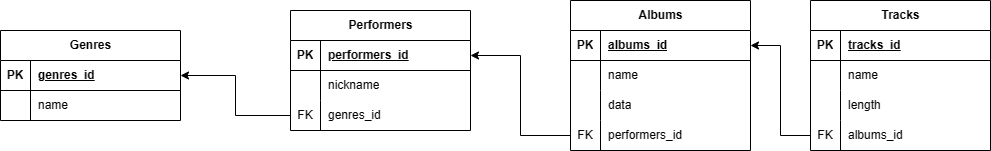
Earlier version of the draw.io export Diagramm.drawio.png (SEREGA4332/DZ). Source tidied: cells renumbered, new cells last; positions are measured from the earlier drawing's top-left corner, leaving out a move shared by most shapes.
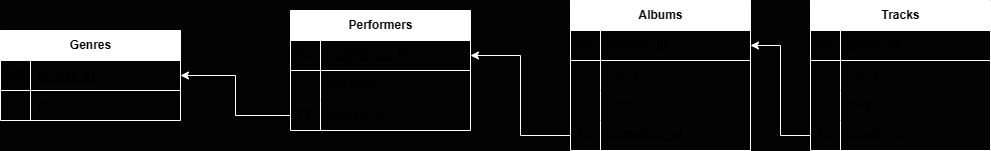
Above is the later version.

What changed in the source:
```diff
@@ -1,143 +1,143 @@
-<mxGraphModel>
+<mxGraphModel background="#030303">
   <root>
     <mxCell id="0" />
     <mxCell id="1" parent="0" />
-    <mxCell id="2" value="Genres" style="shape=table;startSize=30;rowLines=0;fontStyle=1;align=center;html=1;" parent="1" vertex="1">
+    <mxCell id="2" value="Genres" style="shape=table;startSize=30;rowLines=0;fontStyle=1;align=center;html=1;strokeColor=#FFFFFF;" parent="1" vertex="1">
       <mxGeometry y="30" width="180" height="90" as="geometry" />
     </mxCell>
-    <mxCell id="3" style="shape=tableRow;horizontal=0;startSize=0;swimlaneHead=0;swimlaneBody=0;fillColor=none;points=[[0,0.5],[1,0.5]];portConstraint=eastwest;top=0;left=0;right=0;bottom=1;" parent="2" vertex="1">
+    <mxCell id="3" style="shape=tableRow;horizontal=0;startSize=0;swimlaneHead=0;swimlaneBody=0;fillColor=none;points=[[0,0.5],[1,0.5]];portConstraint=eastwest;top=0;left=0;right=0;bottom=1;strokeColor=#FFFFFF;" parent="2" vertex="1">
       <mxGeometry y="30" width="180" height="30" as="geometry" />
     </mxCell>
-    <mxCell id="4" value="PK" style="shape=partialRectangle;fillColor=none;top=0;left=0;bottom=0;right=0;fontStyle=1;overflow=hidden;whiteSpace=wrap;html=1;" parent="3" vertex="1">
+    <mxCell id="4" value="PK" style="shape=partialRectangle;fillColor=none;top=0;left=0;bottom=0;right=0;fontStyle=1;overflow=hidden;whiteSpace=wrap;html=1;strokeColor=#FFFFFF;" parent="3" vertex="1">
       <mxGeometry width="30" height="30" as="geometry" />
     </mxCell>
-    <mxCell id="5" value="genres_id" style="shape=partialRectangle;fillColor=none;top=0;left=0;bottom=0;right=0;align=left;spacingLeft=6;fontStyle=5;overflow=hidden;whiteSpace=wrap;html=1;" parent="3" vertex="1">
+    <mxCell id="5" value="genres_id" style="shape=partialRectangle;fillColor=none;top=0;left=0;bottom=0;right=0;align=left;spacingLeft=6;fontStyle=5;overflow=hidden;whiteSpace=wrap;html=1;strokeColor=#FFFFFF;" parent="3" vertex="1">
       <mxGeometry x="30" width="150" height="30" as="geometry" />
     </mxCell>
-    <mxCell id="6" style="shape=tableRow;horizontal=0;startSize=0;swimlaneHead=0;swimlaneBody=0;fillColor=none;top=0;left=0;right=0;bottom=0;" parent="2" vertex="1">
+    <mxCell id="6" style="shape=tableRow;horizontal=0;startSize=0;swimlaneHead=0;swimlaneBody=0;fillColor=none;top=0;left=0;right=0;bottom=0;strokeColor=#FFFFFF;" parent="2" vertex="1">
       <mxGeometry y="60" width="180" height="30" as="geometry" />
     </mxCell>
-    <mxCell id="7" style="shape=partialRectangle;fillColor=none;top=0;left=0;bottom=0;right=0;overflow=hidden;whiteSpace=wrap;html=1;" parent="6" vertex="1">
+    <mxCell id="7" style="shape=partialRectangle;fillColor=none;top=0;left=0;bottom=0;right=0;overflow=hidden;whiteSpace=wrap;html=1;strokeColor=#FFFFFF;" parent="6" vertex="1">
       <mxGeometry width="30" height="30" as="geometry" />
     </mxCell>
-    <mxCell id="8" value="name" style="shape=partialRectangle;fillColor=none;top=0;left=0;bottom=0;right=0;align=left;spacingLeft=6;overflow=hidden;whiteSpace=wrap;html=1;" parent="6" vertex="1">
+    <mxCell id="8" value="name" style="shape=partialRectangle;fillColor=none;top=0;left=0;bottom=0;right=0;align=left;spacingLeft=6;overflow=hidden;whiteSpace=wrap;html=1;strokeColor=#FFFFFF;" parent="6" vertex="1">
       <mxGeometry x="30" width="150" height="30" as="geometry" />
     </mxCell>
-    <mxCell id="9" value="Performers" style="shape=table;startSize=30;rowLines=0;fontStyle=1;align=center;html=1;" parent="1" vertex="1">
+    <mxCell id="9" value="Performers" style="shape=table;startSize=30;rowLines=0;fontStyle=1;align=center;html=1;strokeColor=#FFFFFF;" parent="1" vertex="1">
       <mxGeometry x="290" y="10" width="180" height="120" as="geometry" />
     </mxCell>
-    <mxCell id="10" style="shape=tableRow;horizontal=0;startSize=0;swimlaneHead=0;swimlaneBody=0;fillColor=none;points=[[0,0.5],[1,0.5]];portConstraint=eastwest;top=0;left=0;right=0;bottom=1;" parent="9" vertex="1">
+    <mxCell id="10" style="shape=tableRow;horizontal=0;startSize=0;swimlaneHead=0;swimlaneBody=0;fillColor=none;points=[[0,0.5],[1,0.5]];portConstraint=eastwest;top=0;left=0;right=0;bottom=1;strokeColor=#FFFFFF;" parent="9" vertex="1">
       <mxGeometry y="30" width="180" height="30" as="geometry" />
     </mxCell>
-    <mxCell id="11" value="PK" style="shape=partialRectangle;fillColor=none;top=0;left=0;bottom=0;right=0;fontStyle=1;overflow=hidden;whiteSpace=wrap;html=1;" parent="10" vertex="1">
+    <mxCell id="11" value="PK" style="shape=partialRectangle;fillColor=none;top=0;left=0;bottom=0;right=0;fontStyle=1;overflow=hidden;whiteSpace=wrap;html=1;strokeColor=#FFFFFF;" parent="10" vertex="1">
       <mxGeometry width="30" height="30" as="geometry" />
     </mxCell>
-    <mxCell id="12" value="performers_id" style="shape=partialRectangle;fillColor=none;top=0;left=0;bottom=0;right=0;align=left;spacingLeft=6;fontStyle=5;overflow=hidden;whiteSpace=wrap;html=1;" parent="10" vertex="1">
+    <mxCell id="12" value="performers_id" style="shape=partialRectangle;fillColor=none;top=0;left=0;bottom=0;right=0;align=left;spacingLeft=6;fontStyle=5;overflow=hidden;whiteSpace=wrap;html=1;strokeColor=#FFFFFF;" parent="10" vertex="1">
       <mxGeometry x="30" width="150" height="30" as="geometry" />
     </mxCell>
-    <mxCell id="13" style="shape=tableRow;horizontal=0;startSize=0;swimlaneHead=0;swimlaneBody=0;fillColor=none;top=0;left=0;right=0;bottom=0;" parent="9" vertex="1">
+    <mxCell id="13" style="shape=tableRow;horizontal=0;startSize=0;swimlaneHead=0;swimlaneBody=0;fillColor=none;top=0;left=0;right=0;bottom=0;strokeColor=#FFFFFF;" parent="9" vertex="1">
       <mxGeometry y="60" width="180" height="30" as="geometry" />
     </mxCell>
-    <mxCell id="14" style="shape=partialRectangle;fillColor=none;top=0;left=0;bottom=0;right=0;overflow=hidden;whiteSpace=wrap;html=1;" parent="13" vertex="1">
+    <mxCell id="14" style="shape=partialRectangle;fillColor=none;top=0;left=0;bottom=0;right=0;overflow=hidden;whiteSpace=wrap;html=1;strokeColor=#FFFFFF;" parent="13" vertex="1">
       <mxGeometry width="30" height="30" as="geometry" />
     </mxCell>
-    <mxCell id="15" value="nickname" style="shape=partialRectangle;fillColor=none;top=0;left=0;bottom=0;right=0;align=left;spacingLeft=6;overflow=hidden;whiteSpace=wrap;html=1;" parent="13" vertex="1">
+    <mxCell id="15" value="nickname" style="shape=partialRectangle;fillColor=none;top=0;left=0;bottom=0;right=0;align=left;spacingLeft=6;overflow=hidden;whiteSpace=wrap;html=1;strokeColor=#FFFFFF;" parent="13" vertex="1">
       <mxGeometry x="30" width="150" height="30" as="geometry" />
     </mxCell>
-    <mxCell id="16" style="shape=tableRow;horizontal=0;startSize=0;swimlaneHead=0;swimlaneBody=0;fillColor=none;points=[[0,0.5],[1,0.5]];portConstraint=eastwest;top=0;left=0;right=0;bottom=0;" parent="9" vertex="1">
+    <mxCell id="16" style="shape=tableRow;horizontal=0;startSize=0;swimlaneHead=0;swimlaneBody=0;fillColor=none;points=[[0,0.5],[1,0.5]];portConstraint=eastwest;top=0;left=0;right=0;bottom=0;strokeColor=#FFFFFF;" parent="9" vertex="1">
       <mxGeometry y="90" width="180" height="30" as="geometry" />
     </mxCell>
-    <mxCell id="17" value="FK" style="shape=partialRectangle;fillColor=none;top=0;left=0;bottom=0;right=0;overflow=hidden;whiteSpace=wrap;html=1;" parent="16" vertex="1">
+    <mxCell id="17" value="FK" style="shape=partialRectangle;fillColor=none;top=0;left=0;bottom=0;right=0;overflow=hidden;whiteSpace=wrap;html=1;strokeColor=#FFFFFF;" parent="16" vertex="1">
       <mxGeometry width="30" height="30" as="geometry" />
     </mxCell>
-    <mxCell id="18" value="genres_id" style="shape=partialRectangle;fillColor=none;top=0;left=0;bottom=0;right=0;align=left;spacingLeft=6;overflow=hidden;whiteSpace=wrap;html=1;" parent="16" vertex="1">
+    <mxCell id="18" value="genres_id" style="shape=partialRectangle;fillColor=none;top=0;left=0;bottom=0;right=0;align=left;spacingLeft=6;overflow=hidden;whiteSpace=wrap;html=1;strokeColor=#FFFFFF;" parent="16" vertex="1">
       <mxGeometry x="30" width="150" height="30" as="geometry" />
     </mxCell>
-    <mxCell id="19" style="edgeStyle=orthogonalEdgeStyle;rounded=0;jettySize=auto;html=1;exitX=0;exitY=0.5;exitDx=0;exitDy=0;" parent="1" edge="1" source="16" target="3">
+    <mxCell id="19" style="edgeStyle=orthogonalEdgeStyle;rounded=0;jettySize=auto;html=1;exitX=0;exitY=0.5;exitDx=0;exitDy=0;strokeColor=#FFFFFF;" parent="1" edge="1" source="16" target="3">
       <mxGeometry relative="1" as="geometry" />
     </mxCell>
-    <mxCell id="20" value="Albums" style="shape=table;startSize=30;rowLines=0;fontStyle=1;align=center;html=1;" parent="1" vertex="1">
+    <mxCell id="20" value="Albums" style="shape=table;startSize=30;rowLines=0;fontStyle=1;align=center;html=1;strokeColor=#FFFFFF;" parent="1" vertex="1">
       <mxGeometry x="570" width="180" height="150" as="geometry" />
     </mxCell>
-    <mxCell id="21" style="shape=tableRow;horizontal=0;startSize=0;swimlaneHead=0;swimlaneBody=0;fillColor=none;points=[[0,0.5],[1,0.5]];portConstraint=eastwest;top=0;left=0;right=0;bottom=1;" parent="20" vertex="1">
+    <mxCell id="21" style="shape=tableRow;horizontal=0;startSize=0;swimlaneHead=0;swimlaneBody=0;fillColor=none;points=[[0,0.5],[1,0.5]];portConstraint=eastwest;top=0;left=0;right=0;bottom=1;strokeColor=#FFFFFF;" parent="20" vertex="1">
       <mxGeometry y="30" width="180" height="30" as="geometry" />
     </mxCell>
-    <mxCell id="22" value="PK" style="shape=partialRectangle;fillColor=none;top=0;left=0;bottom=0;right=0;fontStyle=1;overflow=hidden;whiteSpace=wrap;html=1;" parent="21" vertex="1">
+    <mxCell id="22" value="PK" style="shape=partialRectangle;fillColor=none;top=0;left=0;bottom=0;right=0;fontStyle=1;overflow=hidden;whiteSpace=wrap;html=1;strokeColor=#FFFFFF;" parent="21" vertex="1">
       <mxGeometry width="30" height="30" as="geometry" />
     </mxCell>
-    <mxCell id="23" value="albums_id" style="shape=partialRectangle;fillColor=none;top=0;left=0;bottom=0;right=0;align=left;spacingLeft=6;fontStyle=5;overflow=hidden;whiteSpace=wrap;html=1;" parent="21" vertex="1">
+    <mxCell id="23" value="albums_id" style="shape=partialRectangle;fillColor=none;top=0;left=0;bottom=0;right=0;align=left;spacingLeft=6;fontStyle=5;overflow=hidden;whiteSpace=wrap;html=1;strokeColor=#FFFFFF;" parent="21" vertex="1">
       <mxGeometry x="30" width="150" height="30" as="geometry" />
     </mxCell>
-    <mxCell id="24" style="shape=tableRow;horizontal=0;startSize=0;swimlaneHead=0;swimlaneBody=0;fillColor=none;top=0;left=0;right=0;bottom=0;" parent="20" vertex="1">
+    <mxCell id="24" style="shape=tableRow;horizontal=0;startSize=0;swimlaneHead=0;swimlaneBody=0;fillColor=none;top=0;left=0;right=0;bottom=0;strokeColor=#FFFFFF;" parent="20" vertex="1">
       <mxGeometry y="60" width="180" height="30" as="geometry" />
     </mxCell>
-    <mxCell id="25" style="shape=partialRectangle;fillColor=none;top=0;left=0;bottom=0;right=0;overflow=hidden;whiteSpace=wrap;html=1;" parent="24" vertex="1">
+    <mxCell id="25" style="shape=partialRectangle;fillColor=none;top=0;left=0;bottom=0;right=0;overflow=hidden;whiteSpace=wrap;html=1;strokeColor=#FFFFFF;" parent="24" vertex="1">
       <mxGeometry width="30" height="30" as="geometry" />
     </mxCell>
-    <mxCell id="26" value="name" style="shape=partialRectangle;fillColor=none;top=0;left=0;bottom=0;right=0;align=left;spacingLeft=6;overflow=hidden;whiteSpace=wrap;html=1;" parent="24" vertex="1">
+    <mxCell id="26" value="name" style="shape=partialRectangle;fillColor=none;top=0;left=0;bottom=0;right=0;align=left;spacingLeft=6;overflow=hidden;whiteSpace=wrap;html=1;strokeColor=#FFFFFF;" parent="24" vertex="1">
       <mxGeometry x="30" width="150" height="30" as="geometry" />
     </mxCell>
-    <mxCell id="27" style="shape=tableRow;horizontal=0;startSize=0;swimlaneHead=0;swimlaneBody=0;fillColor=none;top=0;left=0;right=0;bottom=0;" parent="20" vertex="1">
+    <mxCell id="27" style="shape=tableRow;horizontal=0;startSize=0;swimlaneHead=0;swimlaneBody=0;fillColor=none;top=0;left=0;right=0;bottom=0;strokeColor=#FFFFFF;" parent="20" vertex="1">
       <mxGeometry y="90" width="180" height="30" as="geometry" />
     </mxCell>
-    <mxCell id="28" style="shape=partialRectangle;fillColor=none;top=0;left=0;bottom=0;right=0;overflow=hidden;whiteSpace=wrap;html=1;" parent="27" vertex="1">
+    <mxCell id="28" style="shape=partialRectangle;fillColor=none;top=0;left=0;bottom=0;right=0;overflow=hidden;whiteSpace=wrap;html=1;strokeColor=#FFFFFF;" parent="27" vertex="1">
       <mxGeometry width="30" height="30" as="geometry" />
     </mxCell>
-    <mxCell id="29" value="data" style="shape=partialRectangle;fillColor=none;top=0;left=0;bottom=0;right=0;align=left;spacingLeft=6;overflow=hidden;whiteSpace=wrap;html=1;" parent="27" vertex="1">
+    <mxCell id="29" value="data" style="shape=partialRectangle;fillColor=none;top=0;left=0;bottom=0;right=0;align=left;spacingLeft=6;overflow=hidden;whiteSpace=wrap;html=1;strokeColor=#FFFFFF;" parent="27" vertex="1">
       <mxGeometry x="30" width="150" height="30" as="geometry" />
     </mxCell>
-    <mxCell id="30" style="shape=tableRow;horizontal=0;startSize=0;swimlaneHead=0;swimlaneBody=0;fillColor=none;points=[[0,0.5],[1,0.5]];portConstraint=eastwest;top=0;left=0;right=0;bottom=0;" parent="20" vertex="1">
+    <mxCell id="30" style="shape=tableRow;horizontal=0;startSize=0;swimlaneHead=0;swimlaneBody=0;fillColor=none;points=[[0,0.5],[1,0.5]];portConstraint=eastwest;top=0;left=0;right=0;bottom=0;strokeColor=#FFFFFF;" parent="20" vertex="1">
       <mxGeometry y="120" width="180" height="30" as="geometry" />
     </mxCell>
-    <mxCell id="31" value="FK" style="shape=partialRectangle;fillColor=none;top=0;left=0;bottom=0;right=0;overflow=hidden;whiteSpace=wrap;html=1;" parent="30" vertex="1">
+    <mxCell id="31" value="FK" style="shape=partialRectangle;fillColor=none;top=0;left=0;bottom=0;right=0;overflow=hidden;whiteSpace=wrap;html=1;strokeColor=#FFFFFF;" parent="30" vertex="1">
       <mxGeometry width="30" height="30" as="geometry" />
     </mxCell>
-    <mxCell id="32" value="performers_id" style="shape=partialRectangle;fillColor=none;top=0;left=0;bottom=0;right=0;align=left;spacingLeft=6;overflow=hidden;whiteSpace=wrap;html=1;" parent="30" vertex="1">
+    <mxCell id="32" value="performers_id" style="shape=partialRectangle;fillColor=none;top=0;left=0;bottom=0;right=0;align=left;spacingLeft=6;overflow=hidden;whiteSpace=wrap;html=1;strokeColor=#FFFFFF;" parent="30" vertex="1">
       <mxGeometry x="30" width="150" height="30" as="geometry" />
     </mxCell>
-    <mxCell id="33" style="edgeStyle=orthogonalEdgeStyle;rounded=0;jettySize=auto;html=1;exitX=0;exitY=0.5;exitDx=0;exitDy=0;entryX=1;entryY=0.5;entryDx=0;entryDy=0;" parent="1" edge="1" source="30" target="10">
+    <mxCell id="33" style="edgeStyle=orthogonalEdgeStyle;rounded=0;jettySize=auto;html=1;exitX=0;exitY=0.5;exitDx=0;exitDy=0;entryX=1;entryY=0.5;entryDx=0;entryDy=0;strokeColor=#FFFFFF;" parent="1" edge="1" source="30" target="10">
       <mxGeometry relative="1" as="geometry" />
     </mxCell>
-    <mxCell id="34" value="Tracks" style="shape=table;startSize=30;rowLines=0;fontStyle=1;align=center;html=1;" parent="1" vertex="1">
+    <mxCell id="34" value="Tracks" style="shape=table;startSize=30;rowLines=0;fontStyle=1;align=center;html=1;strokeColor=#FFFFFF;" parent="1" vertex="1">
       <mxGeometry x="810" width="180" height="150" as="geometry" />
     </mxCell>
-    <mxCell id="35" style="shape=tableRow;horizontal=0;startSize=0;swimlaneHead=0;swimlaneBody=0;fillColor=none;top=0;left=0;right=0;bottom=1;" parent="34" vertex="1">
+    <mxCell id="35" style="shape=tableRow;horizontal=0;startSize=0;swimlaneHead=0;swimlaneBody=0;fillColor=none;top=0;left=0;right=0;bottom=1;strokeColor=#FFFFFF;" parent="34" vertex="1">
       <mxGeometry y="30" width="180" height="30" as="geometry" />
     </mxCell>
-    <mxCell id="36" value="PK" style="shape=partialRectangle;fillColor=none;top=0;left=0;bottom=0;right=0;fontStyle=1;overflow=hidden;whiteSpace=wrap;html=1;" parent="35" vertex="1">
+    <mxCell id="36" value="PK" style="shape=partialRectangle;fillColor=none;top=0;left=0;bottom=0;right=0;fontStyle=1;overflow=hidden;whiteSpace=wrap;html=1;strokeColor=#FFFFFF;" parent="35" vertex="1">
       <mxGeometry width="30" height="30" as="geometry" />
     </mxCell>
-    <mxCell id="37" value="tracks_id" style="shape=partialRectangle;fillColor=none;top=0;left=0;bottom=0;right=0;align=left;spacingLeft=6;fontStyle=5;overflow=hidden;whiteSpace=wrap;html=1;" parent="35" vertex="1">
+    <mxCell id="37" value="tracks_id" style="shape=partialRectangle;fillColor=none;top=0;left=0;bottom=0;right=0;align=left;spacingLeft=6;fontStyle=5;overflow=hidden;whiteSpace=wrap;html=1;strokeColor=#FFFFFF;" parent="35" vertex="1">
       <mxGeometry x="30" width="150" height="30" as="geometry" />
     </mxCell>
-    <mxCell id="38" style="shape=tableRow;horizontal=0;startSize=0;swimlaneHead=0;swimlaneBody=0;fillColor=none;top=0;left=0;right=0;bottom=0;" parent="34" vertex="1">
+    <mxCell id="38" style="shape=tableRow;horizontal=0;startSize=0;swimlaneHead=0;swimlaneBody=0;fillColor=none;top=0;left=0;right=0;bottom=0;strokeColor=#FFFFFF;" parent="34" vertex="1">
       <mxGeometry y="60" width="180" height="30" as="geometry" />
     </mxCell>
-    <mxCell id="39" style="shape=partialRectangle;fillColor=none;top=0;left=0;bottom=0;right=0;overflow=hidden;whiteSpace=wrap;html=1;" parent="38" vertex="1">
+    <mxCell id="39" style="shape=partialRectangle;fillColor=none;top=0;left=0;bottom=0;right=0;overflow=hidden;whiteSpace=wrap;html=1;strokeColor=#FFFFFF;" parent="38" vertex="1">
       <mxGeometry width="30" height="30" as="geometry" />
     </mxCell>
-    <mxCell id="40" value="name" style="shape=partialRectangle;fillColor=none;top=0;left=0;bottom=0;right=0;align=left;spacingLeft=6;overflow=hidden;whiteSpace=wrap;html=1;" parent="38" vertex="1">
+    <mxCell id="40" value="name" style="shape=partialRectangle;fillColor=none;top=0;left=0;bottom=0;right=0;align=left;spacingLeft=6;overflow=hidden;whiteSpace=wrap;html=1;strokeColor=#FFFFFF;" parent="38" vertex="1">
       <mxGeometry x="30" width="150" height="30" as="geometry" />
     </mxCell>
-    <mxCell id="41" style="shape=tableRow;horizontal=0;startSize=0;swimlaneHead=0;swimlaneBody=0;fillColor=none;top=0;left=0;right=0;bottom=0;" parent="34" vertex="1">
+    <mxCell id="41" style="shape=tableRow;horizontal=0;startSize=0;swimlaneHead=0;swimlaneBody=0;fillColor=none;top=0;left=0;right=0;bottom=0;strokeColor=#FFFFFF;" parent="34" vertex="1">
       <mxGeometry y="90" width="180" height="30" as="geometry" />
     </mxCell>
-    <mxCell id="42" style="shape=partialRectangle;fillColor=none;top=0;left=0;bottom=0;right=0;overflow=hidden;whiteSpace=wrap;html=1;" parent="41" vertex="1">
+    <mxCell id="42" style="shape=partialRectangle;fillColor=none;top=0;left=0;bottom=0;right=0;overflow=hidden;whiteSpace=wrap;html=1;strokeColor=#FFFFFF;" parent="41" vertex="1">
       <mxGeometry width="30" height="30" as="geometry" />
     </mxCell>
-    <mxCell id="43" value="length" style="shape=partialRectangle;fillColor=none;top=0;left=0;bottom=0;right=0;align=left;spacingLeft=6;overflow=hidden;whiteSpace=wrap;html=1;" parent="41" vertex="1">
+    <mxCell id="43" value="length" style="shape=partialRectangle;fillColor=none;top=0;left=0;bottom=0;right=0;align=left;spacingLeft=6;overflow=hidden;whiteSpace=wrap;html=1;strokeColor=#FFFFFF;" parent="41" vertex="1">
       <mxGeometry x="30" width="150" height="30" as="geometry" />
     </mxCell>
-    <mxCell id="44" style="shape=tableRow;horizontal=0;startSize=0;swimlaneHead=0;swimlaneBody=0;fillColor=none;points=[[0,0.5],[1,0.5]];portConstraint=eastwest;top=0;left=0;right=0;bottom=0;" parent="34" vertex="1">
+    <mxCell id="44" style="shape=tableRow;horizontal=0;startSize=0;swimlaneHead=0;swimlaneBody=0;fillColor=none;points=[[0,0.5],[1,0.5]];portConstraint=eastwest;top=0;left=0;right=0;bottom=0;strokeColor=#FFFFFF;" parent="34" vertex="1">
       <mxGeometry y="120" width="180" height="30" as="geometry" />
     </mxCell>
-    <mxCell id="45" value="FK" style="shape=partialRectangle;fillColor=none;top=0;left=0;bottom=0;right=0;overflow=hidden;whiteSpace=wrap;html=1;" parent="44" vertex="1">
+    <mxCell id="45" value="FK" style="shape=partialRectangle;fillColor=none;top=0;left=0;bottom=0;right=0;overflow=hidden;whiteSpace=wrap;html=1;strokeColor=#FFFFFF;" parent="44" vertex="1">
       <mxGeometry width="30" height="30" as="geometry" />
     </mxCell>
-    <mxCell id="46" value="albums_id" style="shape=partialRectangle;fillColor=none;top=0;left=0;bottom=0;right=0;align=left;spacingLeft=6;overflow=hidden;whiteSpace=wrap;html=1;" parent="44" vertex="1">
+    <mxCell id="46" value="albums_id" style="shape=partialRectangle;fillColor=none;top=0;left=0;bottom=0;right=0;align=left;spacingLeft=6;overflow=hidden;whiteSpace=wrap;html=1;strokeColor=#FFFFFF;" parent="44" vertex="1">
       <mxGeometry x="30" width="150" height="30" as="geometry" />
     </mxCell>
-    <mxCell id="47" style="edgeStyle=orthogonalEdgeStyle;rounded=0;jettySize=auto;html=1;exitX=0;exitY=0.5;exitDx=0;exitDy=0;entryX=1;entryY=0.5;entryDx=0;entryDy=0;" parent="1" edge="1" source="44" target="21">
+    <mxCell id="47" style="edgeStyle=orthogonalEdgeStyle;rounded=0;jettySize=auto;html=1;exitX=0;exitY=0.5;exitDx=0;exitDy=0;entryX=1;entryY=0.5;entryDx=0;entryDy=0;strokeColor=#FFFFFF;" parent="1" edge="1" source="44" target="21">
       <mxGeometry relative="1" as="geometry" />
     </mxCell>
   </root>
```
